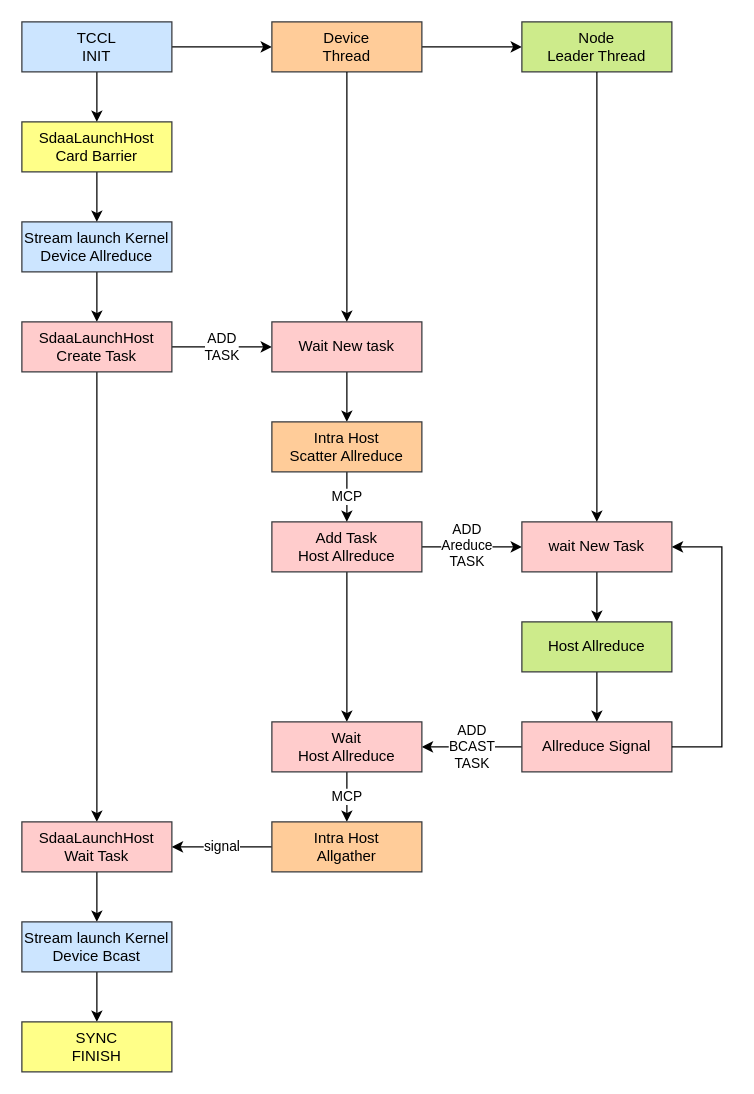
Before: tcclworkflow.drawio in BEYHHH/SBLP, a draw.io diagram. Source tidied: cells renumbered, new cells numbered last; positions are measured from the earlier drawing's top-left corner, leaving out a move shared by most shapes. Both pictures are drawn from the tidied source at 125%, with x=0, y=0 at pixel (21, 21).
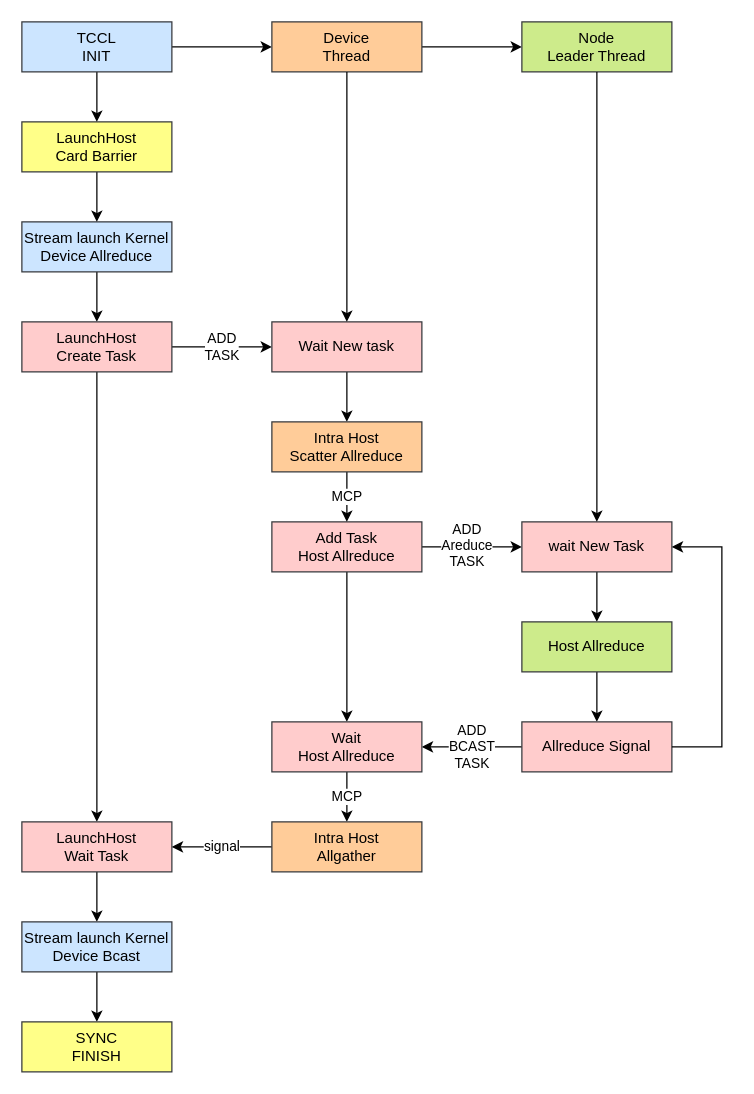
After the change.

What changed in the source:
```diff
@@
-    <mxCell id="5" value="SdaaLaunchHost&lt;br&gt;Card Barrier" style="rounded=0;whiteSpace=wrap;html=1;fillColor=#ffff88;strokeColor=#36393d;" parent="1" vertex="1">
+    <mxCell id="5" value="LaunchHost&lt;br&gt;Card Barrier" style="rounded=0;whiteSpace=wrap;html=1;fillColor=#ffff88;strokeColor=#36393d;" parent="1" vertex="1">
       <mxGeometry y="80" width="120" height="40" as="geometry" />
     </mxCell>
@@
-    <mxCell id="8" value="SdaaLaunchHost&lt;br&gt;Create Task" style="rounded=0;whiteSpace=wrap;html=1;fillColor=#ffcccc;strokeColor=#36393d;" parent="1" vertex="1">
+    <mxCell id="8" value="LaunchHost&lt;br&gt;Create Task" style="rounded=0;whiteSpace=wrap;html=1;fillColor=#ffcccc;strokeColor=#36393d;" parent="1" vertex="1">
       <mxGeometry y="240" width="120" height="40" as="geometry" />
     </mxCell>
@@
-    <mxCell id="16" value="SdaaLaunchHost&lt;br&gt;Wait Task" style="rounded=0;whiteSpace=wrap;html=1;fillColor=#ffcccc;strokeColor=#36393d;" parent="1" vertex="1">
+    <mxCell id="16" value="LaunchHost&lt;br&gt;Wait Task" style="rounded=0;whiteSpace=wrap;html=1;fillColor=#ffcccc;strokeColor=#36393d;" parent="1" vertex="1">
       <mxGeometry y="640" width="120" height="40" as="geometry" />
     </mxCell>
```
